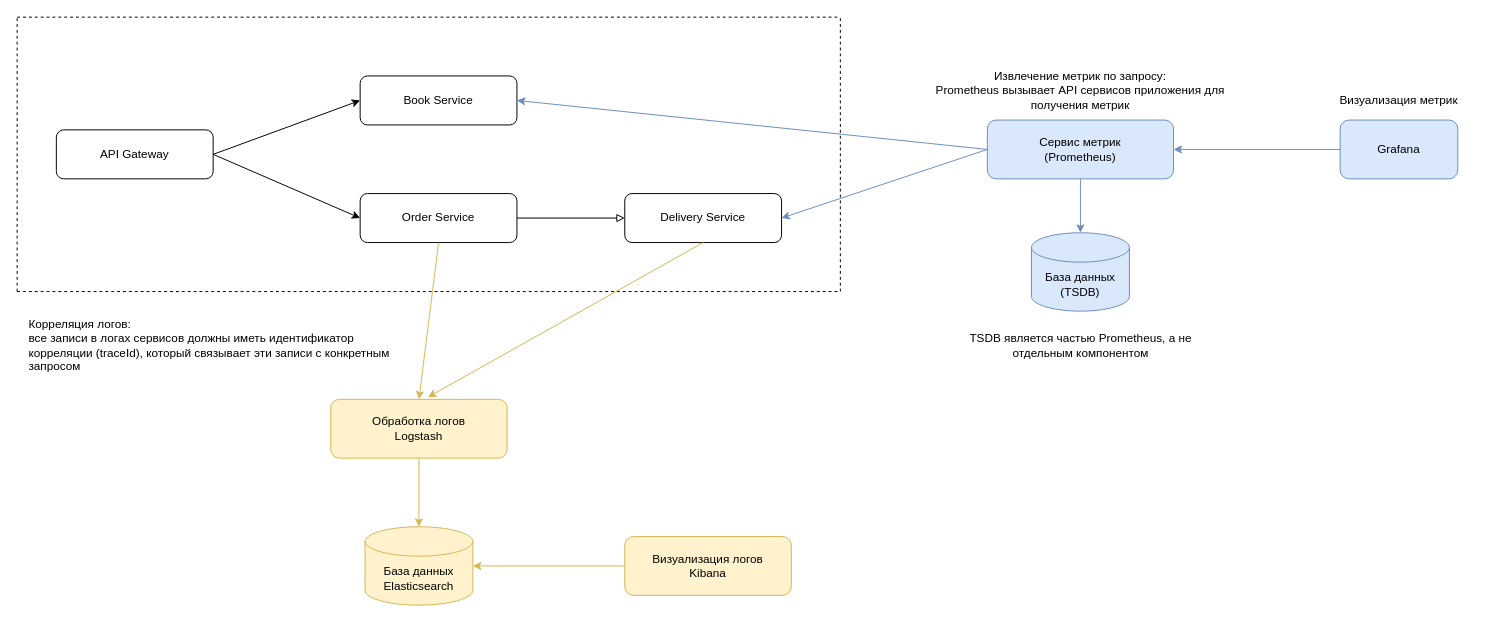
ysavchen/online-shop-demo keeps this draw.io diagram as 01-architecture/online-shop-demo.drawio. Above is the earlier version. Source tidied: cells renumbered, new cells numbered last; positions are measured from the earlier drawing's top-left corner, leaving out a move shared by most shapes. Both pictures are drawn from the tidied source at 98%, with x=0, y=0 at pixel (17, 17).
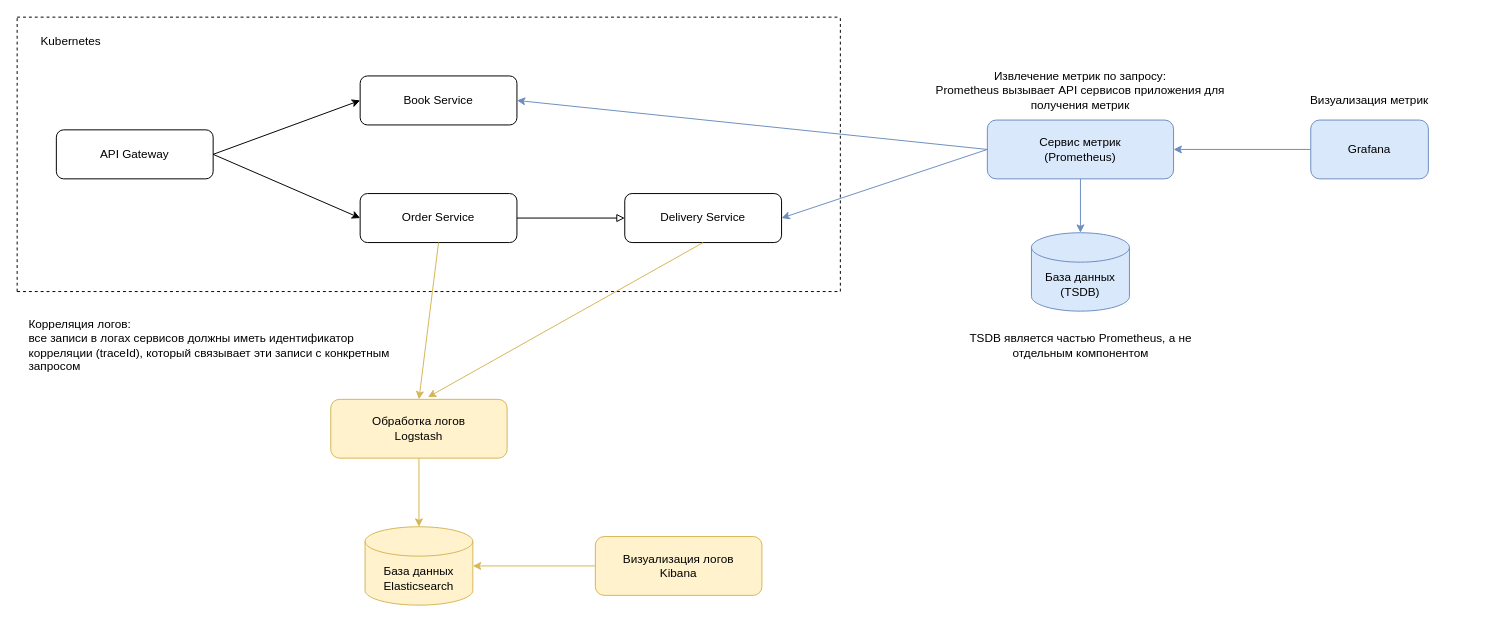
The same diagram, later.

What changed in the source:
```diff
@@
     <mxCell id="21" value="Grafana" style="rounded=1;whiteSpace=wrap;html=1;fillColor=#dae8fc;strokeColor=#6c8ebf;" parent="1" vertex="1">
-      <mxGeometry x="1350" y="105" width="120" height="60" as="geometry" />
+      <mxGeometry x="1320" y="105" width="120" height="60" as="geometry" />
     </mxCell>
     <mxCell id="22" value="Визуализация метрик" style="text;html=1;align=center;verticalAlign=middle;whiteSpace=wrap;rounded=0;" parent="1" vertex="1">
-      <mxGeometry x="1335" y="70" width="150" height="30" as="geometry" />
+      <mxGeometry x="1305" y="70" width="150" height="30" as="geometry" />
     </mxCell>
@@
     <mxCell id="29" value="Визуализация логов&lt;br&gt;Kibana" style="rounded=1;whiteSpace=wrap;html=1;fillColor=#fff2cc;fillStyle=auto;strokeColor=#d6b656;" parent="1" vertex="1">
-      <mxGeometry x="620" y="530" width="170" height="60" as="geometry" />
+      <mxGeometry x="590" y="530" width="170" height="60" as="geometry" />
     </mxCell>
@@
+    <mxCell id="31" value="Kubernetes" style="text;html=1;align=center;verticalAlign=middle;whiteSpace=wrap;rounded=0;" parent="1" vertex="1">
+      <mxGeometry x="10" y="10" width="90" height="30" as="geometry" />
+    </mxCell>
```
